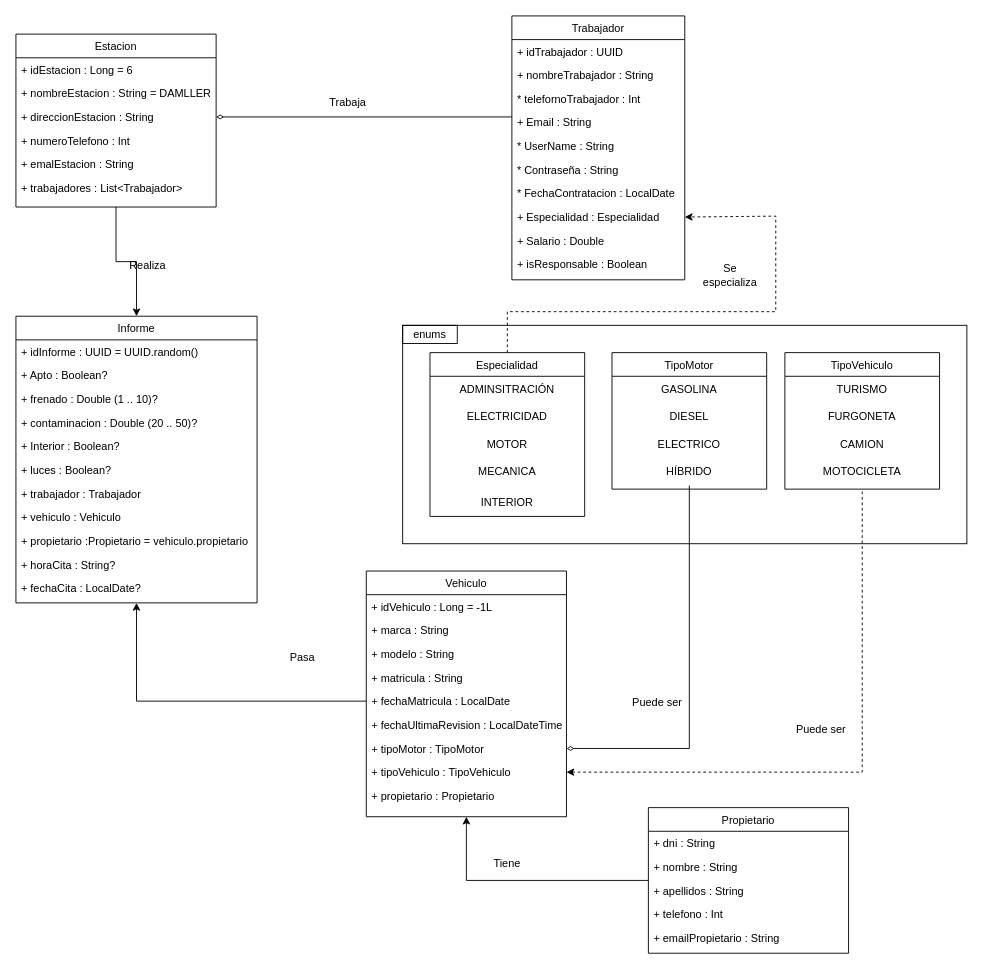
Before: Diagramas/Entornos/Diagrama_de_clase.drawio in AlvaroDVA/Proyecto_ITV, a draw.io diagram. Source tidied: cells renumbered, new cells numbered last; positions are measured from the earlier drawing's top-left corner, leaving out a move shared by most shapes. Both pictures are drawn from the tidied source at 91%, with x=0, y=0 at pixel (15, 15).
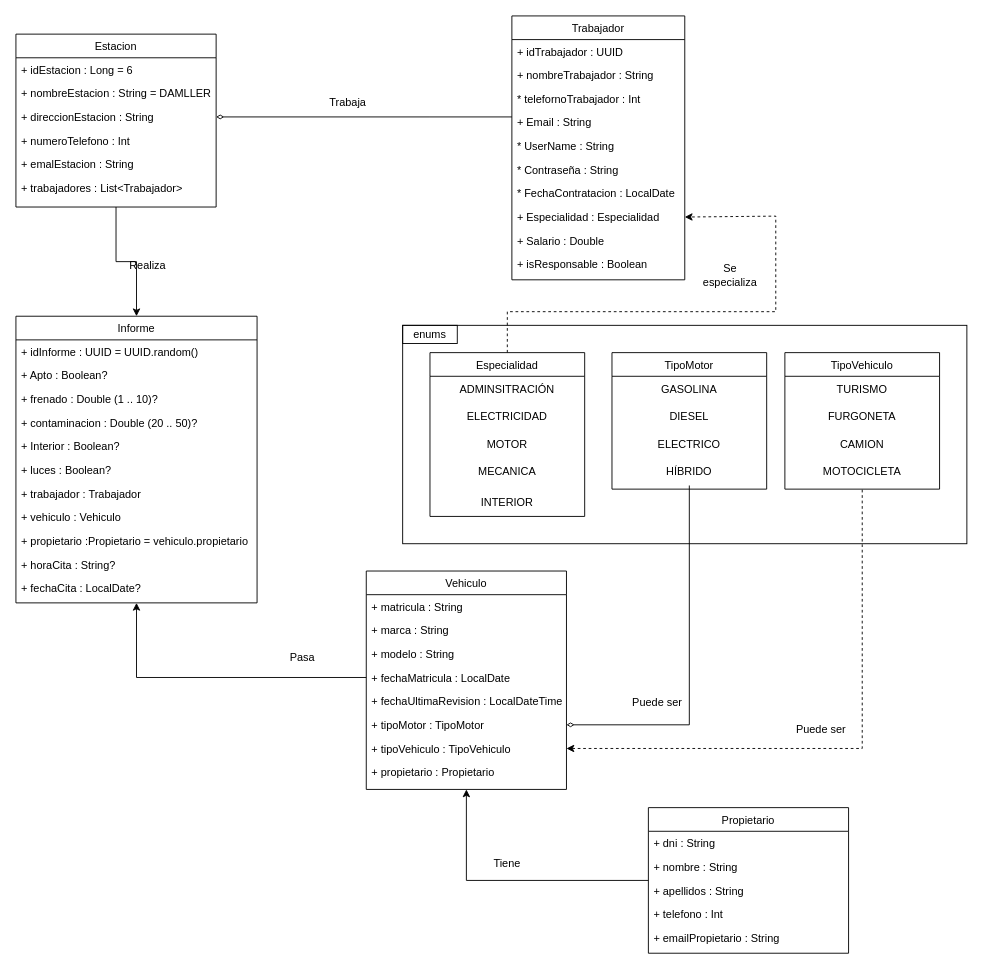
The same page after the edit.

Commit message (it also covers changes not shown here):
Diagrama de Clases Fix 2

What changed in the source:
```diff
@@
     <mxCell id="34" value="Vehiculo" style="swimlane;fontStyle=0;align=center;verticalAlign=top;horizontal=1;startSize=26;rounded=0;shadow=0;strokeWidth=1;" parent="1" vertex="1">
-      <mxGeometry x="385" y="610" width="220" height="270" as="geometry" />
+      <mxGeometry x="385" y="610" width="220" height="240" as="geometry" />
     </mxCell>
-    <mxCell id="35" value="+ idVehiculo : Long = -1L" style="text;align=left;verticalAlign=top;spacingLeft=4;spacingRight=4;overflow=hidden;rounded=0;shadow=0;html=0;" parent="34" vertex="1">
-      <mxGeometry y="26" width="220" height="26" as="geometry" />
-    </mxCell>
+    <mxCell id="38" value="+ matricula : String" style="text;align=left;verticalAlign=top;spacingLeft=4;spacingRight=4;overflow=hidden;rounded=0;shadow=0;html=0;" parent="34" vertex="1">
+      <mxGeometry y="26" width="220" height="26" as="geometry" />
+    </mxCell>
@@
-    <mxCell id="38" value="+ matricula : String" style="text;align=left;verticalAlign=top;spacingLeft=4;spacingRight=4;overflow=hidden;rounded=0;shadow=0;html=0;" parent="34" vertex="1">
-      <mxGeometry y="104" width="220" height="26" as="geometry" />
-    </mxCell>
     <mxCell id="39" value="+ fechaMatricula : LocalDate" style="text;align=left;verticalAlign=top;spacingLeft=4;spacingRight=4;overflow=hidden;points=[[0,0.5],[1,0.5]];portConstraint=eastwest;rounded=0;shadow=0;html=0;" parent="34" vertex="1">
-      <mxGeometry y="130" width="220" height="26" as="geometry" />
+      <mxGeometry y="104" width="220" height="26" as="geometry" />
     </mxCell>
     <mxCell id="40" value="+ fechaUltimaRevision : LocalDateTime" style="text;align=left;verticalAlign=top;spacingLeft=4;spacingRight=4;overflow=hidden;rounded=0;shadow=0;html=0;" parent="34" vertex="1">
-      <mxGeometry y="156" width="220" height="26" as="geometry" />
+      <mxGeometry y="130" width="220" height="26" as="geometry" />
     </mxCell>
     <mxCell id="41" value="+ tipoMotor : TipoMotor" style="text;align=left;verticalAlign=top;spacingLeft=4;spacingRight=4;overflow=hidden;points=[[0,0.5],[1,0.5]];portConstraint=eastwest;rounded=0;shadow=0;html=0;" parent="34" vertex="1">
-      <mxGeometry y="182" width="220" height="26" as="geometry" />
+      <mxGeometry y="156" width="220" height="26" as="geometry" />
     </mxCell>
     <mxCell id="42" value="+ tipoVehiculo : TipoVehiculo" style="text;align=left;verticalAlign=top;spacingLeft=4;spacingRight=4;overflow=hidden;points=[[0,0.5],[1,0.5]];portConstraint=eastwest;rounded=0;shadow=0;html=0;" parent="34" vertex="1">
-      <mxGeometry y="208" width="220" height="26" as="geometry" />
+      <mxGeometry y="182" width="220" height="26" as="geometry" />
     </mxCell>
     <mxCell id="43" value="+ propietario : Propietario" style="text;align=left;verticalAlign=top;spacingLeft=4;spacingRight=4;overflow=hidden;rounded=0;shadow=0;html=0;" parent="34" vertex="1">
-      <mxGeometry y="234" width="220" height="26" as="geometry" />
+      <mxGeometry y="208" width="220" height="26" as="geometry" />
     </mxCell>
```
